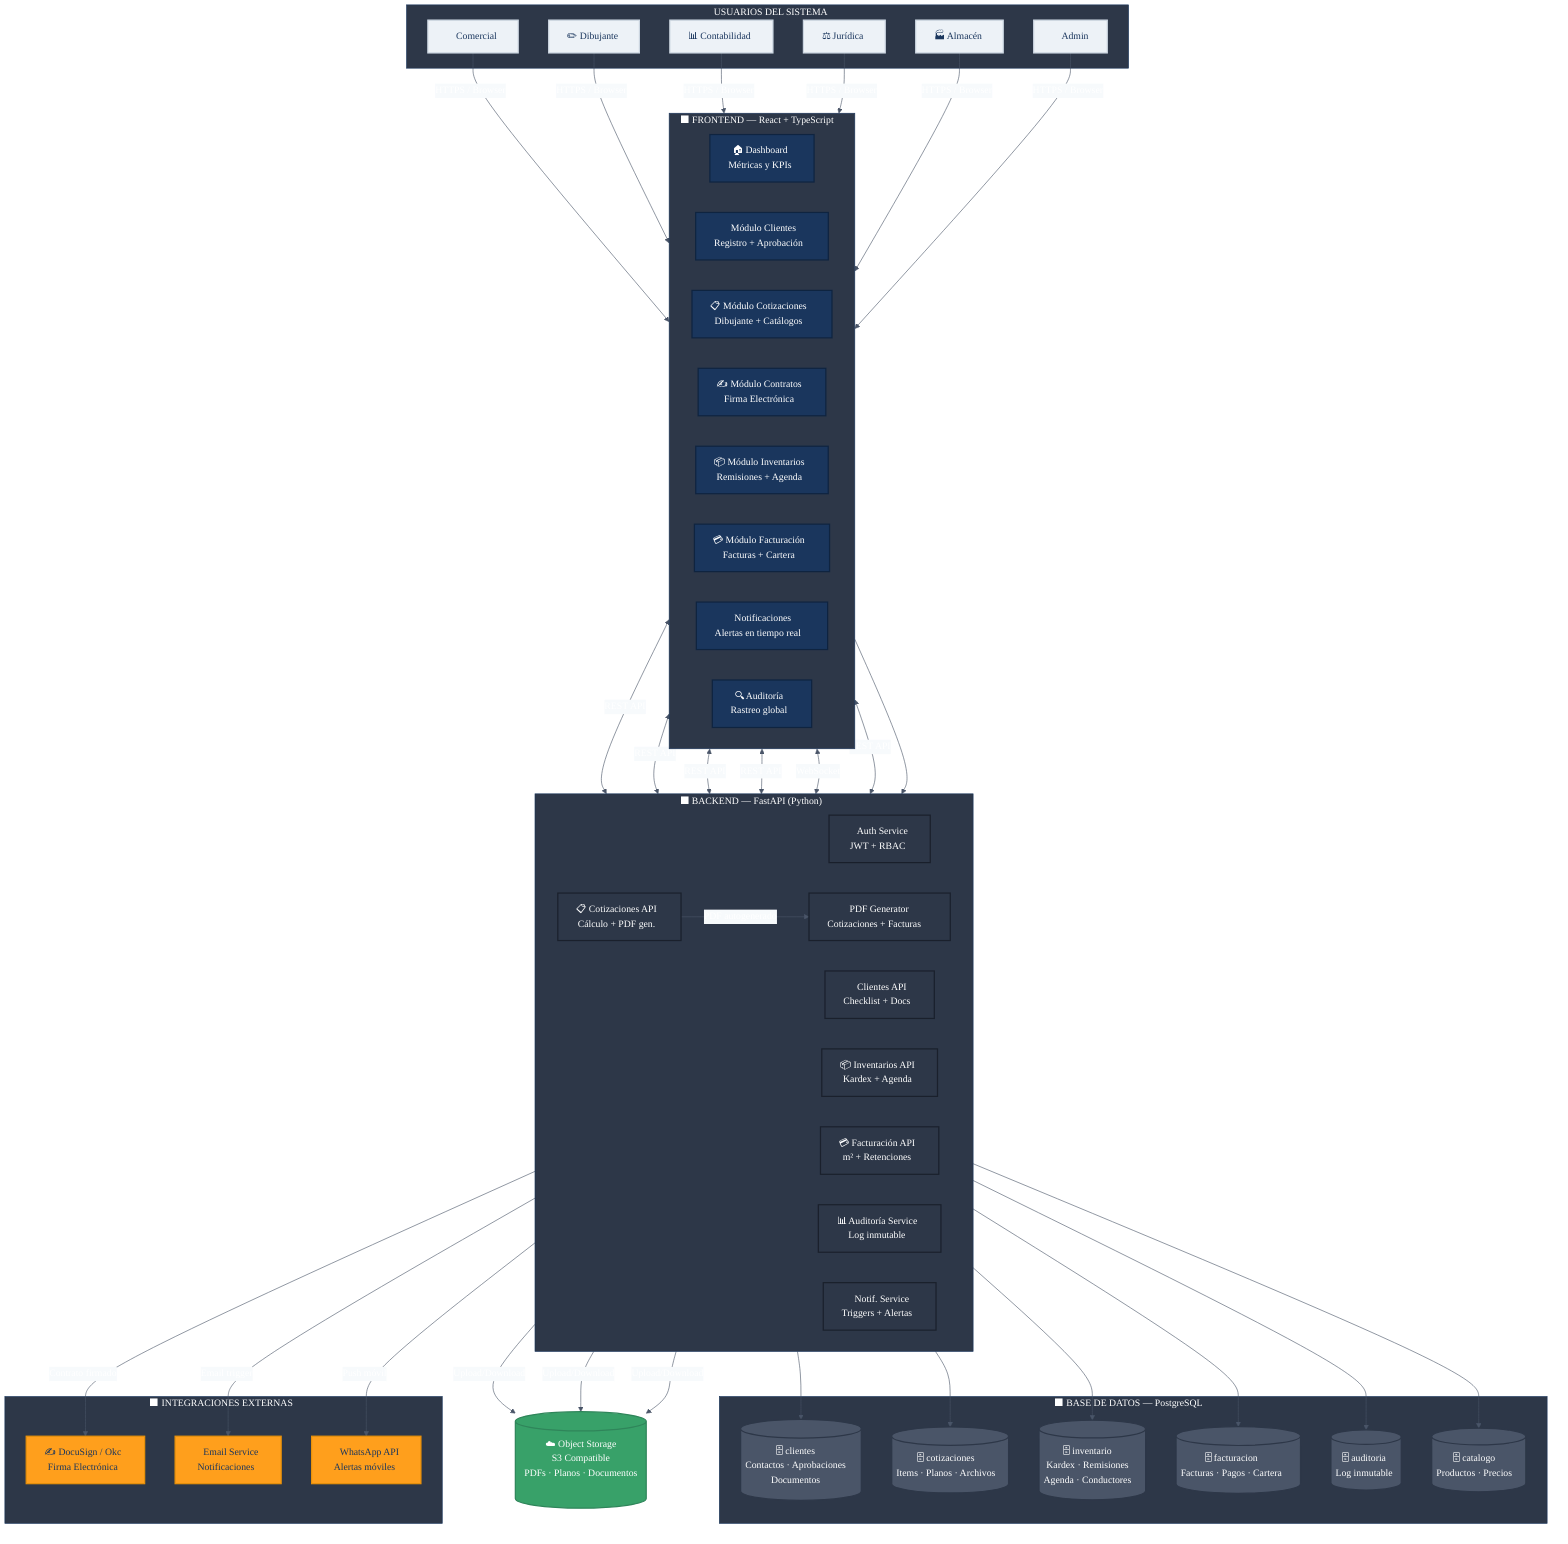
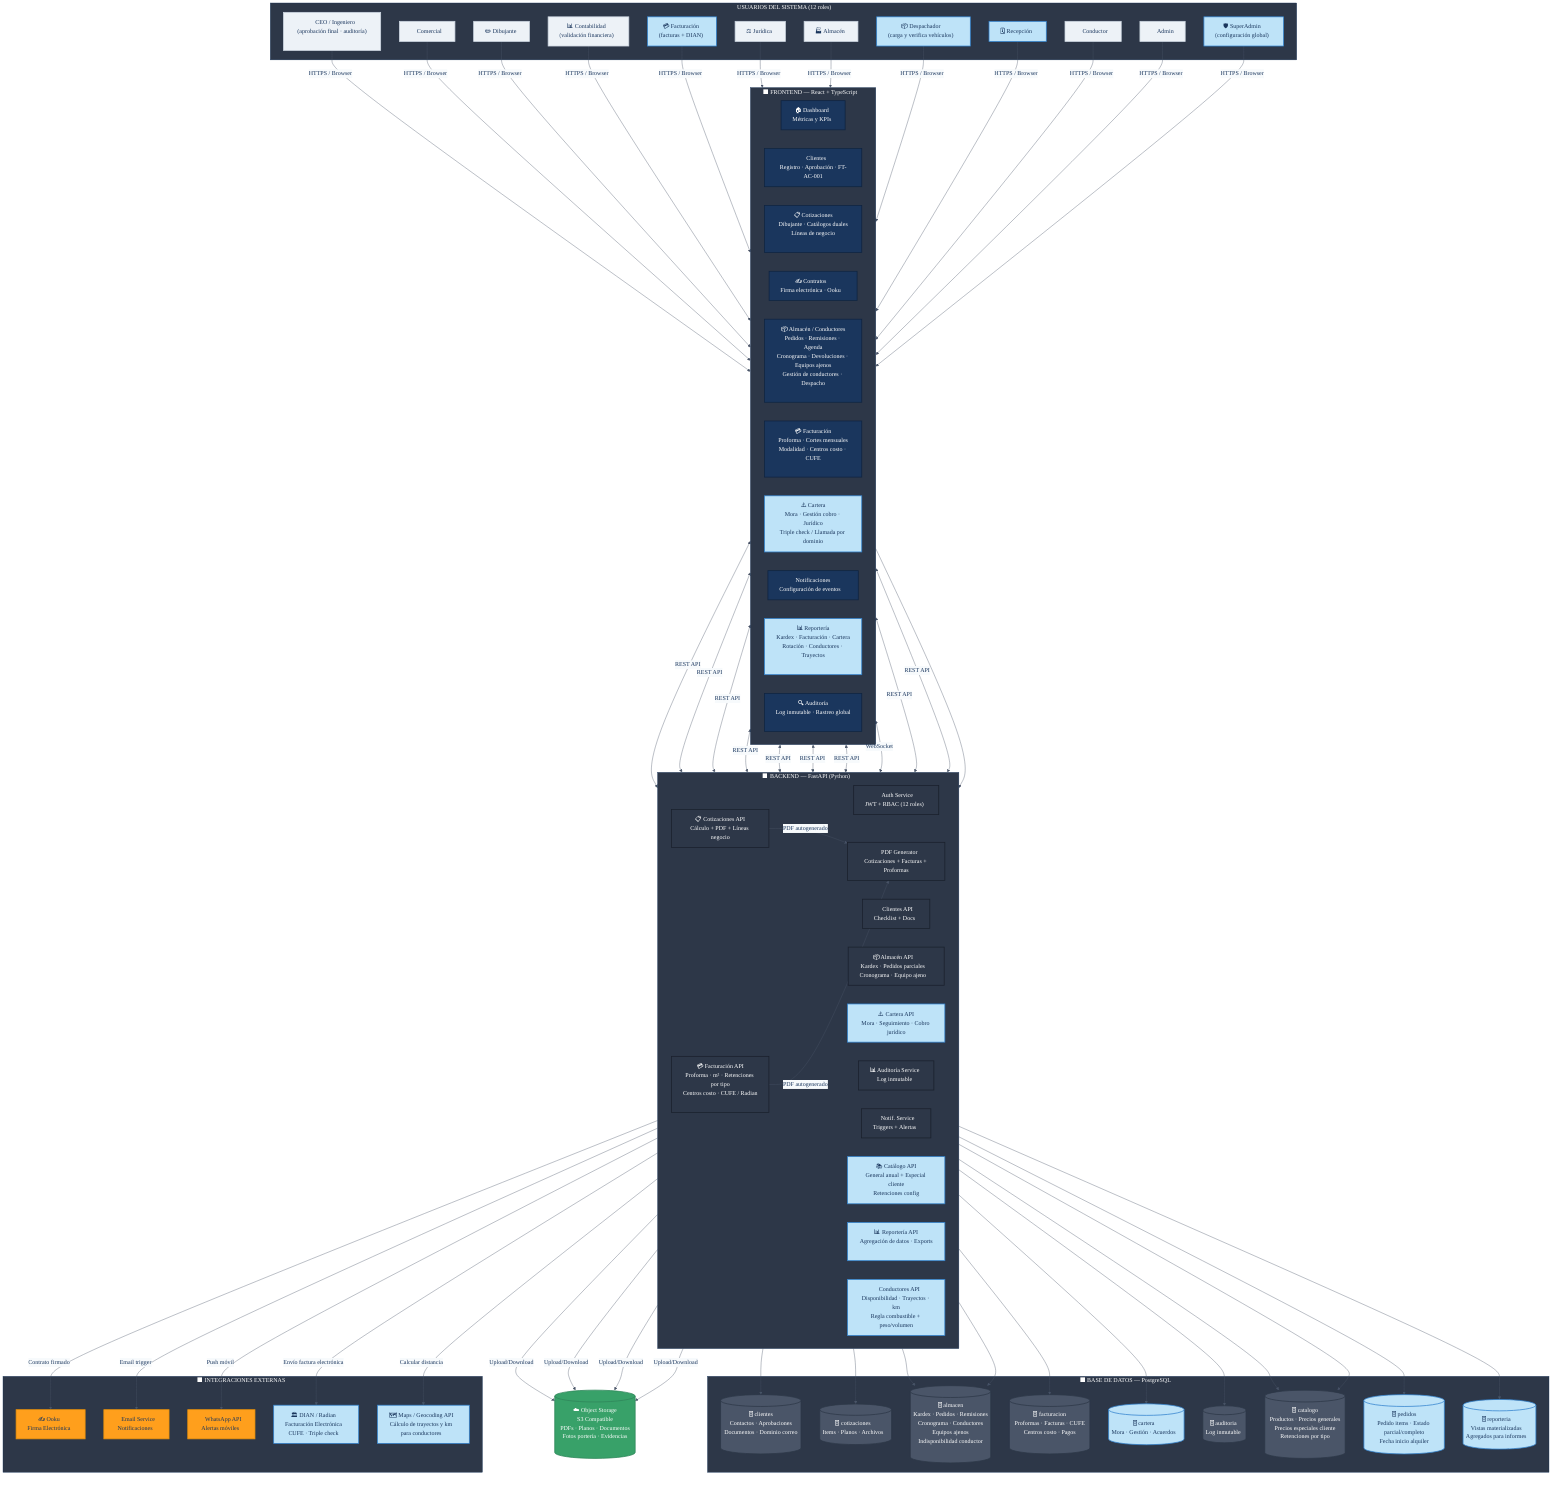
%%{init: {
  'theme': 'base',
  'themeVariables': {
    'primaryColor': '#1A365D',
    'primaryTextColor': '#FFFFFF',
    'primaryBorderColor': '#1A365D',
    'lineColor': '#4A5568',
    'secondaryColor': '#EDF2F7',
    'clusterBkg': '#2D3748',
    'clusterBorder': '#1A365D',
    'titleColor': '#FFFFFF',
    'edgeLabelBackground': '#F7FAFC',
    'fontFamily': 'Montserrat, sans-serif'
  }
}}%%

graph TB
    classDef frontend    fill:#1A365D,color:#FFFFFF,stroke:#0F2440,stroke-width:2px
    classDef backend     fill:#2D3748,color:#FFFFFF,stroke:#1A202C,stroke-width:2px
    classDef database    fill:#4A5568,color:#FFFFFF,stroke:#2D3748,stroke-width:2px
    classDef external    fill:#FF9F1C,color:#1A365D,stroke:#E8910A,stroke-width:2px
    classDef infra       fill:#38A169,color:#FFFFFF,stroke:#2F855A,stroke-width:2px
    classDef user        fill:#EDF2F7,color:#1A365D,stroke:#CBD5E0,stroke-width:2px
+     classDef nuevo       fill:#BEE3F8,color:#1A365D,stroke:#3182CE,stroke-width:2px

-     %% ── USUARIOS
-     subgraph USERS["👤  USUARIOS DEL SISTEMA"]
+     linkStyle default color:#1A365D
+ 
+     %% ── USUARIOS (12 roles)
+     subgraph USERS["👤  USUARIOS DEL SISTEMA (12 roles)"]
+         U0["👑 CEO / Ingeniero\n(aprobación final · auditoría)"]:::user
        U1["💼 Comercial"]:::user
        U2["✏️ Dibujante"]:::user
-         U3["📊 Contabilidad"]:::user
-         U4["⚖️ Jurídica"]:::user
-         U5["🏭 Almacén"]:::user
-         U6["🔧 Admin"]:::user
+         U3["📊 Contabilidad\n(validación financiera)"]:::user
+         U4["💳 Facturación\n(facturas + DIAN)"]:::nuevo
+         U5["⚖️ Jurídica"]:::user
+         U6["🏭 Almacén"]:::user
+         U7["📦 Despachador\n(carga y verifica vehículos)"]:::nuevo
+         U8["🗓️ Recepción"]:::nuevo
+         U9["🚛 Conductor"]:::user
+         U10["🔧 Admin"]:::user
+         U11["🛡️ SuperAdmin\n(configuración global)"]:::nuevo
    end

-     %% ── FRONTEND
+     %% ── FRONTEND — Módulos separados
    subgraph FE["⬛  FRONTEND — React + TypeScript"]
        direction LR
        FE1["🏠 Dashboard\nMétricas y KPIs"]:::frontend
-         FE2["👥 Módulo Clientes\nRegistro + Aprobación"]:::frontend
-         FE3["📋 Módulo Cotizaciones\nDibujante + Catálogos"]:::frontend
-         FE4["✍️ Módulo Contratos\nFirma Electrónica"]:::frontend
-         FE5["📦 Módulo Inventarios\nRemisiones + Agenda"]:::frontend
-         FE6["💳 Módulo Facturación\nFacturas + Cartera"]:::frontend
-         FE7["🔔 Notificaciones\nAlertas en tiempo real"]:::frontend
-         FE8["🔍 Auditoría\nRastreo global"]:::frontend
+         FE2["👥 Clientes\nRegistro · Aprobación · FT-AC-001"]:::frontend
+         FE3["📋 Cotizaciones\nDibujante · Catálogos duales\nLíneas de negocio"]:::frontend
+         FE4["✍️ Contratos\nFirma electrónica · Ooku"]:::frontend
+         FE5["📦 Almacén / Conductores\nPedidos · Remisiones · Agenda\nCronograma · Devoluciones · Equipos ajenos\nGestión de conductores · Despacho"]:::frontend
+         FE6["💳 Facturación\nProforma · Cortes mensuales\nModalidad · Centros costo · CUFE"]:::frontend
+         FE7["⚠️ Cartera\nMora · Gestión cobro · Jurídico\nTriple check / Llamada por dominio"]:::nuevo
+         FE8["🔔 Notificaciones\nConfiguración de eventos"]:::frontend
+         FE9["📊 Reportería\nKardex · Facturación · Cartera\nRotación · Conductores · Trayectos"]:::nuevo
+         FE10["🔍 Auditoría\nLog inmutable · Rastreo global"]:::frontend
    end

    %% ── BACKEND
    subgraph BE["⬛  BACKEND — FastAPI (Python)"]
        direction LR
-         BE1["🔐 Auth Service\nJWT + RBAC"]:::backend
+         BE1["🔐 Auth Service\nJWT + RBAC (12 roles)"]:::backend
        BE2["👥 Clientes API\nChecklist + Docs"]:::backend
-         BE3["📋 Cotizaciones API\nCálculo + PDF gen."]:::backend
-         BE4["📦 Inventarios API\nKardex + Agenda"]:::backend
-         BE5["💳 Facturación API\nm² + Retenciones"]:::backend
-         BE6["📊 Auditoría Service\nLog inmutable"]:::backend
-         BE7["🔔 Notif. Service\nTriggers + Alertas"]:::backend
-         BE8["📄 PDF Generator\nCotizaciones + Facturas"]:::backend
+         BE3["📋 Cotizaciones API\nCálculo + PDF + Líneas negocio"]:::backend
+         BE4["📦 Almacén API\nKardex · Pedidos parciales\nCronograma · Equipo ajeno"]:::backend
+         BE5["💳 Facturación API\nProforma · m² · Retenciones por tipo\nCentros costo · CUFE / Radian"]:::backend
+         BE6["⚠️ Cartera API\nMora · Seguimiento · Cobro jurídico"]:::nuevo
+         BE7["📊 Auditoría Service\nLog inmutable"]:::backend
+         BE8["🔔 Notif. Service\nTriggers + Alertas"]:::backend
+         BE9["📄 PDF Generator\nCotizaciones + Facturas + Proformas"]:::backend
+         BE10["📚 Catálogo API\nGeneral anual + Especial cliente\nRetenciones config"]:::nuevo
+         BE11["📊 Reportería API\nAgregación de datos · Exports"]:::nuevo
+         BE12["🚛 Conductores API\nDisponibilidad · Trayectos · km\nRegla combustible + peso/volumen"]:::nuevo
    end

    %% ── BASE DE DATOS
    subgraph DB["⬛  BASE DE DATOS — PostgreSQL"]
-         DB1[("🗄️ clientes\nContactos · Aprobaciones\nDocumentos")]:::database
+         DB1[("🗄️ clientes\nContactos · Aprobaciones\nDocumentos · Dominio correo")]:::database
        DB2[("🗄️ cotizaciones\nItems · Planos · Archivos")]:::database
-         DB3[("🗄️ inventario\nKardex · Remisiones\nAgenda · Conductores")]:::database
-         DB4[("🗄️ facturacion\nFacturas · Pagos · Cartera")]:::database
-         DB5[("🗄️ auditoria\nLog inmutable")]:::database
-         DB6[("🗄️ catalogo\nProductos · Precios")]:::database
+         DB3[("🗄️ almacen\nKardex · Pedidos · Remisiones\nCronograma · Conductores\nEquipos ajenos\nIndisponibilidad conductor")]:::database
+         DB4[("🗄️ facturacion\nProformas · Facturas · CUFE\nCentros costo · Pagos")]:::database
+         DB5[("🗄️ cartera\nMora · Gestión · Acuerdos")]:::nuevo
+         DB6[("🗄️ auditoria\nLog inmutable")]:::database
+         DB7[("🗄️ catalogo\nProductos · Precios generales\nPrecios especiales cliente\nRetenciones por tipo")]:::database
+         DB8[("🗄️ pedidos\nPedido items · Estado parcial/completo\nFecha inicio alquiler")]:::nuevo
+         DB9[("🗄️ reporteria\nVistas materializadas\nAgregados para informes")]:::nuevo
    end

    %% ── ALMACENAMIENTO
-     STORAGE[("☁️ Object Storage\nS3 Compatible\nPDFs · Planos · Documentos")]:::infra
+     STORAGE[("☁️ Object Storage\nS3 Compatible\nPDFs · Planos · Documentos\nFotos portería · Evidencias")]:::infra

    %% ── INTEGRACIONES EXTERNAS
    subgraph EXT["⬛  INTEGRACIONES EXTERNAS"]
-         EXT1["✍️ DocuSign / Okc\nFirma Electrónica"]:::external
+         EXT1["✍️ Ooku\nFirma Electrónica"]:::external
        EXT2["📧 Email Service\nNotificaciones"]:::external
        EXT3["📱 WhatsApp API\nAlertas móviles"]:::external
+         EXT4["🏛️ DIAN / Radian\nFacturación Electrónica\nCUFE · Triple check"]:::nuevo
+         EXT5["🗺️ Maps / Geocoding API\nCálculo de trayectos y km\npara conductores"]:::nuevo
    end

    %% ── CONEXIONES USUARIO → FRONTEND
-     U1 & U2 & U3 & U4 & U5 & U6 -->|"HTTPS / Browser"| FE1
+     U0 & U1 & U2 & U3 & U4 & U5 & U6 & U7 & U8 & U9 & U10 & U11 -->|"HTTPS / Browser"| FE1

    %% ── CONEXIONES FRONTEND ↔ BACKEND
    FE --> BE1
    FE2 <-->|"REST API"| BE2
    FE3 <-->|"REST API"| BE3
+     FE3 <-->|"REST API"| BE10
    FE5 <-->|"REST API"| BE4
+     FE5 <-->|"REST API"| BE12
    FE6 <-->|"REST API"| BE5
-     FE7 <-->|"WebSocket"| BE7
-     FE8 <-->|"REST API"| BE6
+     FE7 <-->|"REST API"| BE6
+     FE8 <-->|"WebSocket"| BE8
+     FE9 <-->|"REST API"| BE11
+     FE10 <-->|"REST API"| BE7

    %% ── CONEXIONES BACKEND ↔ DB
    BE2 --> DB1
    BE3 --> DB2
-     BE4 --> DB3
+     BE4 --> DB3 & DB8
    BE5 --> DB4
    BE6 --> DB5
-     BE3 --> DB6
+     BE7 --> DB6
+     BE3 & BE10 --> DB7
+     BE12 --> DB3
+     BE11 --> DB9

    %% ── ARCHIVOS
-     BE3 & BE5 & BE2 -->|"Upload/Download"| STORAGE
+     BE3 & BE5 & BE2 & BE4 -->|"Upload/Download"| STORAGE

    %% ── INTEGRACIONES
-     BE3 -->|"PDF autogenerado"| BE8
+     BE3 & BE5 -->|"PDF autogenerado"| BE9
    BE4 -->|"Contrato firmado"| EXT1
-     BE7 -->|"Email trigger"| EXT2
-     BE7 -->|"Push móvil"| EXT3
+     BE8 -->|"Email trigger"| EXT2
+     BE8 -->|"Push móvil"| EXT3
+     BE5 -->|"Envío factura electrónica"| EXT4
+     BE12 -->|"Calcular distancia"| EXT5
